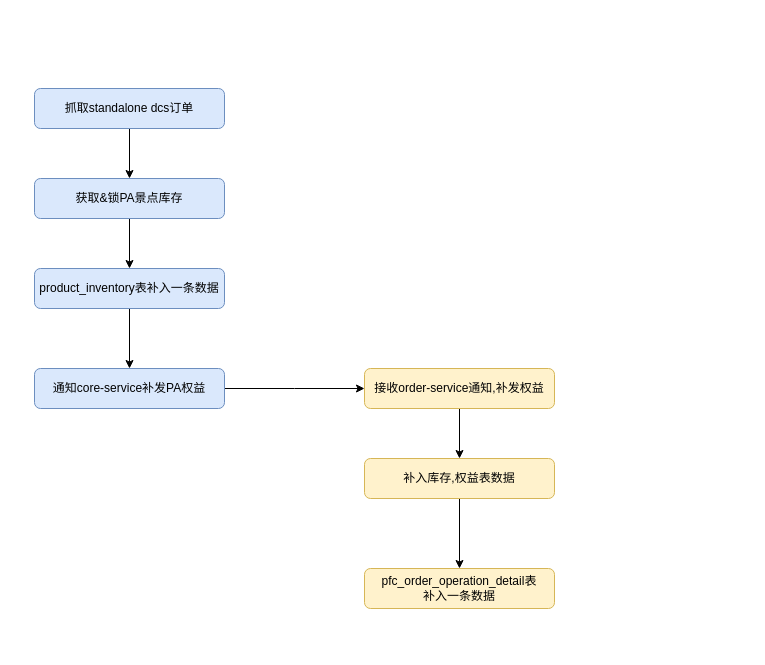
The draw.io diagram disney/epep-revamp-reissue_dcs_data.drawio in lixyu/draw, before the edit. Source tidied: cells renumbered, new cells numbered last; positions are measured from the earlier drawing's top-left corner, leaving out a move shared by most shapes. Both pictures are drawn from the tidied source at 100%, with x=0, y=0 at pixel (34, 88).
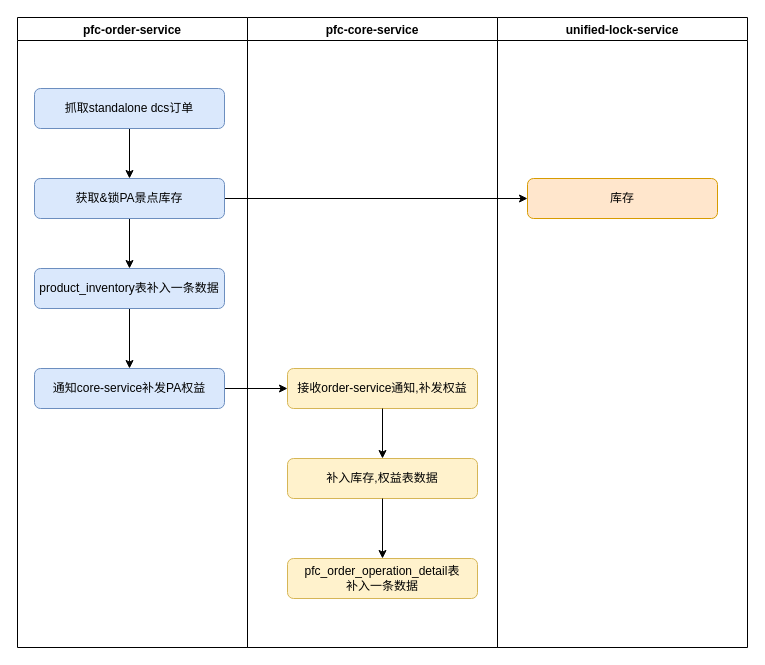
Above is the later version.

Unchanged cells that the change refers to:
```xml
<mxCell id="5" value="获取&amp;amp;锁PA景点库存" style="rounded=1;whiteSpace=wrap;html=1;fillColor=#dae8fc;strokeColor=#6c8ebf;" parent="1" vertex="1">
  <mxGeometry y="90" width="190" height="40" as="geometry" />
</mxCell>
<mxCell id="8" value="通知core-service补发PA权益" style="rounded=1;whiteSpace=wrap;html=1;fillColor=#dae8fc;strokeColor=#6c8ebf;" parent="1" vertex="1">
  <mxGeometry y="280" width="190" height="40" as="geometry" />
</mxCell>
```

The edit, as a diff of the source:
```diff
@@
+    <mxCell id="15" style="edgeStyle=orthogonalEdgeStyle;rounded=0;jettySize=auto;html=1;exitX=1;exitY=0.5;exitDx=0;exitDy=0;" parent="1" edge="1" source="5" target="22">
+      <mxGeometry relative="1" as="geometry" />
+    </mxCell>
@@
-    <mxCell id="6" value="pfc_order_operation_detail表&lt;br&gt;补入一条数据" style="rounded=1;whiteSpace=wrap;html=1;fillColor=#fff2cc;strokeColor=#d6b656;" parent="1" vertex="1">
-      <mxGeometry x="330" y="480" width="190" height="40" as="geometry" />
-    </mxCell>
-    <mxCell id="7" style="edgeStyle=orthogonalEdgeStyle;rounded=0;jettySize=auto;html=1;exitX=1;exitY=0.5;exitDx=0;exitDy=0;" parent="1" edge="1" source="8">
-      <mxGeometry relative="1" as="geometry">
-        <mxPoint x="330" y="300" as="targetPoint" />
-      </mxGeometry>
-    </mxCell>
+    <mxCell id="16" style="edgeStyle=orthogonalEdgeStyle;rounded=0;jettySize=auto;html=1;exitX=1;exitY=0.5;exitDx=0;exitDy=0;entryX=0;entryY=0.5;entryDx=0;entryDy=0;" parent="1" edge="1" source="8" target="14">
+      <mxGeometry relative="1" as="geometry" />
+    </mxCell>
@@
+    <mxCell id="17" value="pfc-order-service" style="swimlane;" parent="1" vertex="1">
+      <mxGeometry x="-17" y="-71" width="230" height="630" as="geometry" />
+    </mxCell>
+    <mxCell id="18" value="pfc-core-service" style="swimlane;" parent="1" vertex="1">
+      <mxGeometry x="213" y="-71" width="250" height="630" as="geometry" />
+    </mxCell>
+    <mxCell id="14" value="接收order-service通知,补发权益" style="rounded=1;whiteSpace=wrap;html=1;fillColor=#fff2cc;strokeColor=#d6b656;" parent="18" vertex="1">
+      <mxGeometry x="40" y="351" width="190" height="40" as="geometry" />
+    </mxCell>
+    <mxCell id="12" value="补入库存,权益表数据" style="rounded=1;whiteSpace=wrap;html=1;fillColor=#fff2cc;strokeColor=#d6b656;" parent="18" vertex="1">
+      <mxGeometry x="40" y="441" width="190" height="40" as="geometry" />
+    </mxCell>
+    <mxCell id="6" value="pfc_order_operation_detail表&lt;br&gt;补入一条数据" style="rounded=1;whiteSpace=wrap;html=1;fillColor=#fff2cc;strokeColor=#d6b656;" parent="18" vertex="1">
+      <mxGeometry x="40" y="541" width="190" height="40" as="geometry" />
+    </mxCell>
+    <mxCell id="13" style="edgeStyle=orthogonalEdgeStyle;rounded=0;jettySize=auto;html=1;exitX=0.5;exitY=1;exitDx=0;exitDy=0;entryX=0.5;entryY=0;entryDx=0;entryDy=0;" parent="18" edge="1" source="14" target="12">
+      <mxGeometry relative="1" as="geometry" />
+    </mxCell>
-    <mxCell id="11" style="edgeStyle=orthogonalEdgeStyle;rounded=0;jettySize=auto;html=1;exitX=0.5;exitY=1;exitDx=0;exitDy=0;entryX=0.5;entryY=0;entryDx=0;entryDy=0;" parent="1" edge="1" source="12" target="6">
+    <mxCell id="11" style="edgeStyle=orthogonalEdgeStyle;rounded=0;jettySize=auto;html=1;exitX=0.5;exitY=1;exitDx=0;exitDy=0;entryX=0.5;entryY=0;entryDx=0;entryDy=0;" parent="18" edge="1" source="12" target="6">
       <mxGeometry relative="1" as="geometry" />
     </mxCell>
-    <mxCell id="12" value="补入库存,权益表数据" style="rounded=1;whiteSpace=wrap;html=1;fillColor=#fff2cc;strokeColor=#d6b656;" parent="1" vertex="1">
-      <mxGeometry x="330" y="370" width="190" height="40" as="geometry" />
-    </mxCell>
-    <mxCell id="13" style="edgeStyle=orthogonalEdgeStyle;rounded=0;jettySize=auto;html=1;exitX=0.5;exitY=1;exitDx=0;exitDy=0;entryX=0.5;entryY=0;entryDx=0;entryDy=0;" parent="1" edge="1" source="14" target="12">
-      <mxGeometry relative="1" as="geometry" />
-    </mxCell>
-    <mxCell id="14" value="接收order-service通知,补发权益" style="rounded=1;whiteSpace=wrap;html=1;fillColor=#fff2cc;strokeColor=#d6b656;" parent="1" vertex="1">
-      <mxGeometry x="330" y="280" width="190" height="40" as="geometry" />
-    </mxCell>
+    <mxCell id="19" value="unified-lock-service" style="swimlane;" parent="1" vertex="1">
+      <mxGeometry x="463" y="-71" width="250" height="630" as="geometry" />
+    </mxCell>
+    <mxCell id="20" style="edgeStyle=orthogonalEdgeStyle;rounded=0;orthogonalLoop=1;jettySize=auto;html=1;exitX=0.5;exitY=1;exitDx=0;exitDy=0;entryX=0.5;entryY=0;entryDx=0;entryDy=0;" parent="19" edge="1">
+      <mxGeometry relative="1" as="geometry">
+        <mxPoint x="135" y="391" as="sourcePoint" />
+      </mxGeometry>
+    </mxCell>
+    <mxCell id="21" style="edgeStyle=orthogonalEdgeStyle;rounded=0;orthogonalLoop=1;jettySize=auto;html=1;exitX=0.5;exitY=1;exitDx=0;exitDy=0;entryX=0.5;entryY=0;entryDx=0;entryDy=0;" parent="19" edge="1">
+      <mxGeometry relative="1" as="geometry">
+        <mxPoint x="135" y="481" as="sourcePoint" />
+      </mxGeometry>
+    </mxCell>
+    <mxCell id="22" value="库存" style="rounded=1;whiteSpace=wrap;html=1;fillColor=#ffe6cc;strokeColor=#d79b00;" parent="19" vertex="1">
+      <mxGeometry x="30" y="161" width="190" height="40" as="geometry" />
+    </mxCell>
```
